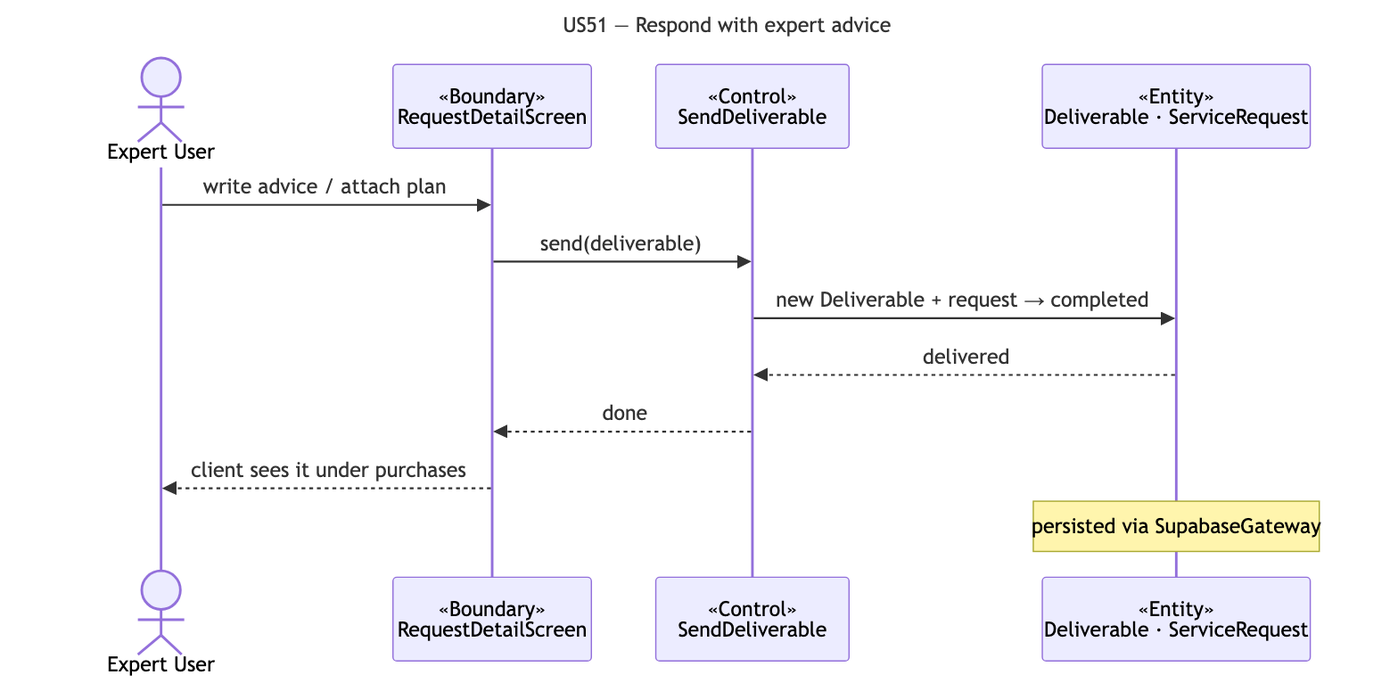
cyuanjun/FYP-26-S2-37-app keeps this Mermaid diagram as docs/deliverables/sequence-diagrams/US51-respond-advice.png. Above is the earlier version. Its source is kept beside it as docs/deliverables/sequence-diagrams/src/US51-respond-advice.mmd.
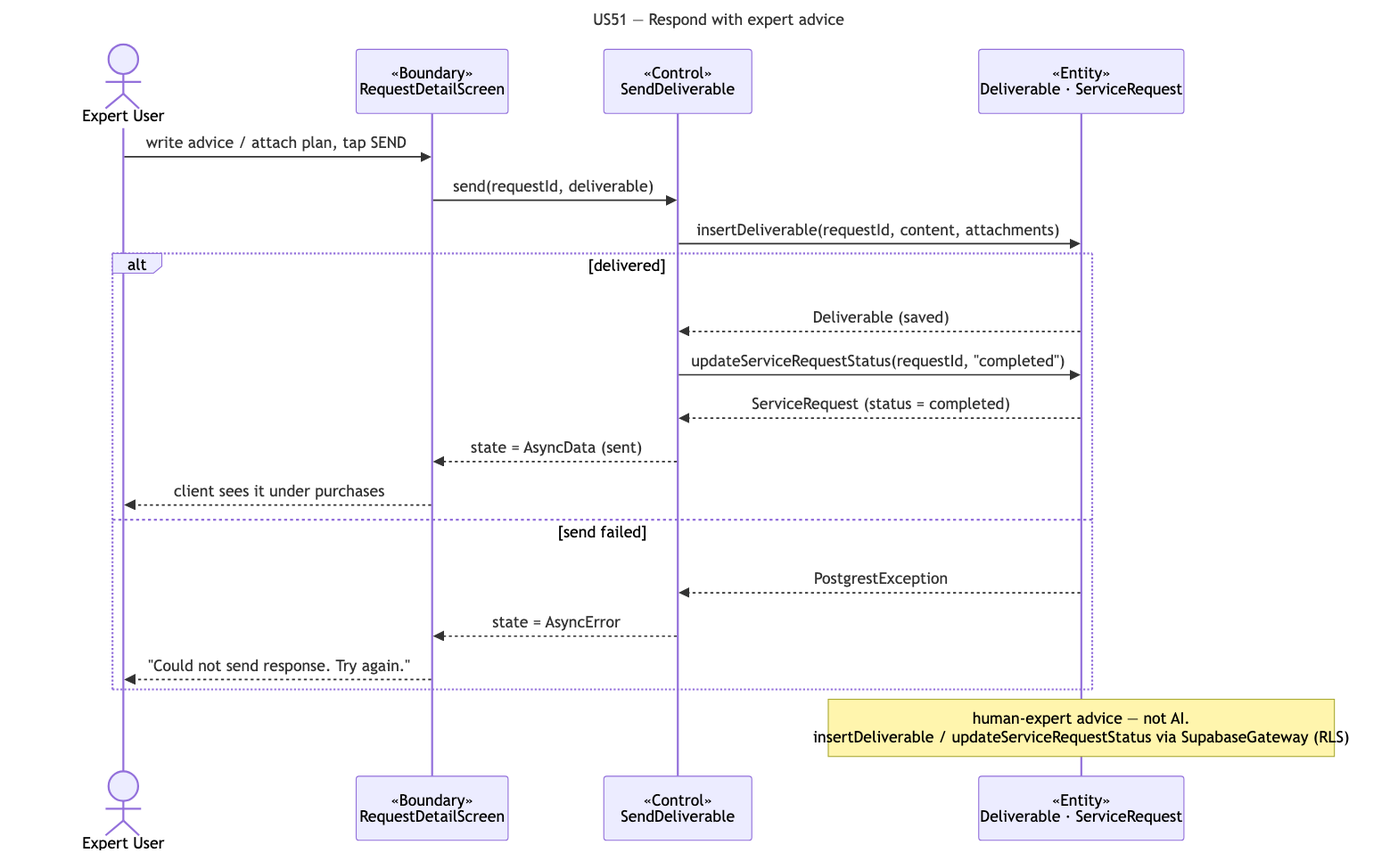
After the commit.

Diff of the diagram source:
```diff
@@ -6,10 +6,18 @@
   participant B as «Boundary»<br/>RequestDetailScreen
   participant C as «Control»<br/>SendDeliverable
   participant E as «Entity»<br/>Deliverable · ServiceRequest
-  A->>B: write advice / attach plan
-  B->>C: send(deliverable)
-  C->>E: new Deliverable + request → completed
-  E-->>C: delivered
-  C-->>B: done
-  B-->>A: client sees it under purchases
-  note over E: persisted via SupabaseGateway
+  A->>B: write advice / attach plan, tap SEND
+  B->>C: send(requestId, deliverable)
+  C->>E: insertDeliverable(requestId, content, attachments)
+  alt delivered
+    E-->>C: Deliverable (saved)
+    C->>E: updateServiceRequestStatus(requestId, "completed")
+    E-->>C: ServiceRequest (status = completed)
+    C-->>B: state = AsyncData (sent)
+    B-->>A: client sees it under purchases
+  else send failed
+    E-->>C: PostgrestException
+    C-->>B: state = AsyncError
+    B-->>A: "Could not send response. Try again."
+  end
+  note over E: human-expert advice — not AI.<br/>insertDeliverable / updateServiceRequestStatus via SupabaseGateway (RLS)
```
